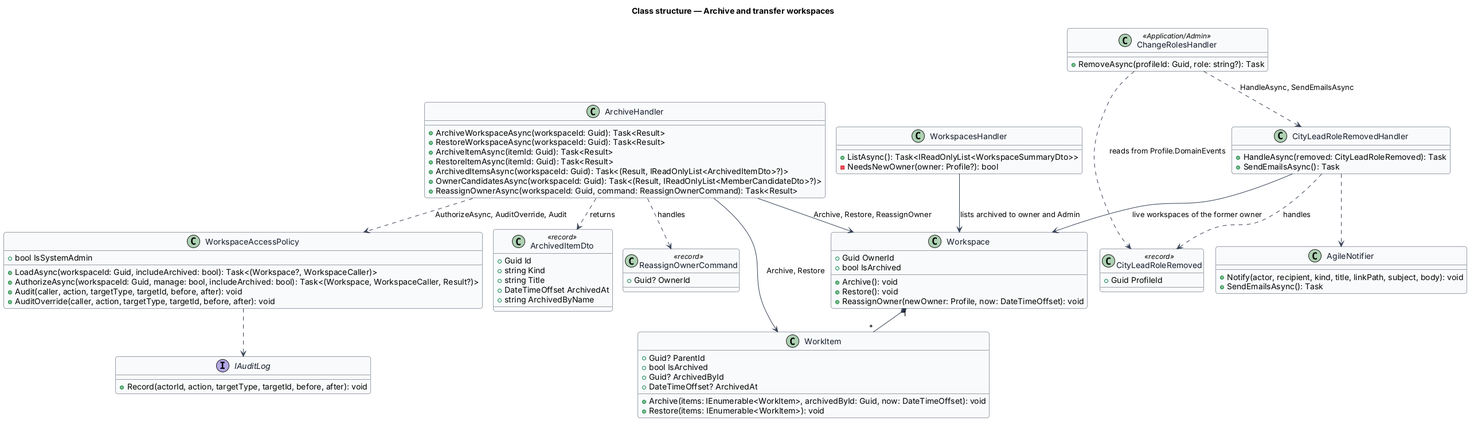
This is docs/detailed-designs/agile/archive-and-transfer-workspaces/diagrams/class-structure.png from QuinntyneBrown/faithtech-community, a PlantUML export, as it was before one commit. Its diagram source:
```plantuml
@startuml
!pragma layout smetana
skinparam backgroundColor #FFFFFF
skinparam shadowing false
skinparam roundcorner 8
skinparam defaultFontName Arial
skinparam ArrowColor #344054
skinparam class {
  BorderColor #344054
  FontColor #101828
  BackgroundColor #F9FAFB
}
title Class structure — Archive and transfer workspaces

class Workspace {
  +Guid OwnerId
  +bool IsArchived
  +Archive(): void
  +Restore(): void
  +ReassignOwner(newOwner: Profile, now: DateTimeOffset): void
}
class WorkItem {
  +Guid? ParentId
  +bool IsArchived
  +Guid? ArchivedById
  +DateTimeOffset? ArchivedAt
  +Archive(items: IEnumerable<WorkItem>, archivedById: Guid, now: DateTimeOffset): void
  +Restore(items: IEnumerable<WorkItem>): void
}
class ArchivedItemDto <<record>> {
  +Guid Id
  +string Kind
  +string Title
  +DateTimeOffset ArchivedAt
  +string ArchivedByName
}
class ReassignOwnerCommand <<record>> {
  +Guid? OwnerId
}
class CityLeadRoleRemoved <<record>> {
  +Guid ProfileId
}
class ArchiveHandler {
  +ArchiveWorkspaceAsync(workspaceId: Guid): Task<Result>
  +RestoreWorkspaceAsync(workspaceId: Guid): Task<Result>
  +ArchiveItemAsync(itemId: Guid): Task<Result>
  +RestoreItemAsync(itemId: Guid): Task<Result>
  +ArchivedItemsAsync(workspaceId: Guid): Task<(Result, IReadOnlyList<ArchivedItemDto>?)>
  +OwnerCandidatesAsync(workspaceId: Guid): Task<(Result, IReadOnlyList<MemberCandidateDto>?)>
  +ReassignOwnerAsync(workspaceId: Guid, command: ReassignOwnerCommand): Task<Result>
}
class WorkspacesHandler {
  +ListAsync(): Task<IReadOnlyList<WorkspaceSummaryDto>>
  -NeedsNewOwner(owner: Profile?): bool
}
class ChangeRolesHandler <<Application/Admin>> {
  +RemoveAsync(profileId: Guid, role: string?): Task
}
class CityLeadRoleRemovedHandler {
  +HandleAsync(removed: CityLeadRoleRemoved): Task
  +SendEmailsAsync(): Task
}
class WorkspaceAccessPolicy {
  +bool IsSystemAdmin
  +LoadAsync(workspaceId: Guid, includeArchived: bool): Task<(Workspace?, WorkspaceCaller)>
  +AuthorizeAsync(workspaceId: Guid, manage: bool, includeArchived: bool): Task<(Workspace, WorkspaceCaller, Result?)>
  +Audit(caller, action, targetType, targetId, before, after): void
  +AuditOverride(caller, action, targetType, targetId, before, after): void
}
class AgileNotifier {
  +Notify(actor, recipient, kind, title, linkPath, subject, body): void
  +SendEmailsAsync(): Task
}
interface IAuditLog {
  +Record(actorId, action, targetType, targetId, before, after): void
}
Workspace "1" *-- "*" WorkItem
ArchiveHandler ..> ReassignOwnerCommand : handles
ArchiveHandler --> Workspace : Archive, Restore, ReassignOwner
ArchiveHandler --> WorkItem : Archive, Restore
ArchiveHandler ..> ArchivedItemDto : returns
ArchiveHandler ..> WorkspaceAccessPolicy : AuthorizeAsync, AuditOverride, Audit
WorkspaceAccessPolicy ..> IAuditLog
WorkspacesHandler --> Workspace : lists archived to owner and Admin
ChangeRolesHandler ..> CityLeadRoleRemoved : reads from Profile.DomainEvents
ChangeRolesHandler ..> CityLeadRoleRemovedHandler : HandleAsync, SendEmailsAsync
CityLeadRoleRemovedHandler ..> CityLeadRoleRemoved : handles
CityLeadRoleRemovedHandler --> Workspace : live workspaces of the former owner
CityLeadRoleRemovedHandler ..> AgileNotifier
@enduml
```
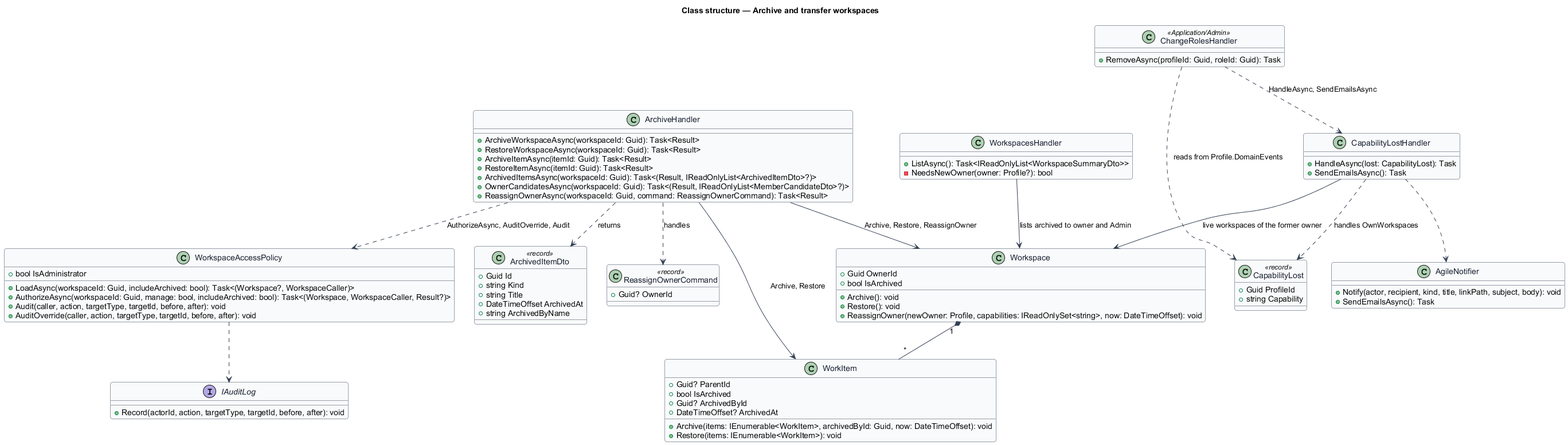
After the change.

What changed in the source:
```diff
@@ -1,5 +1,4 @@
 @startuml
-!pragma layout smetana
 skinparam backgroundColor #FFFFFF
 skinparam shadowing false
 skinparam roundcorner 8
@@ -17,7 +16,7 @@
   +bool IsArchived
   +Archive(): void
   +Restore(): void
-  +ReassignOwner(newOwner: Profile, now: DateTimeOffset): void
+  +ReassignOwner(newOwner: Profile, capabilities: IReadOnlySet<string>, now: DateTimeOffset): void
 }
 class WorkItem {
   +Guid? ParentId
@@ -37,8 +36,9 @@
 class ReassignOwnerCommand <<record>> {
   +Guid? OwnerId
 }
-class CityLeadRoleRemoved <<record>> {
+class CapabilityLost <<record>> {
   +Guid ProfileId
+  +string Capability
 }
 class ArchiveHandler {
   +ArchiveWorkspaceAsync(workspaceId: Guid): Task<Result>
@@ -54,14 +54,14 @@
   -NeedsNewOwner(owner: Profile?): bool
 }
 class ChangeRolesHandler <<Application/Admin>> {
-  +RemoveAsync(profileId: Guid, role: string?): Task
+  +RemoveAsync(profileId: Guid, roleId: Guid): Task
 }
-class CityLeadRoleRemovedHandler {
-  +HandleAsync(removed: CityLeadRoleRemoved): Task
+class CapabilityLostHandler {
+  +HandleAsync(lost: CapabilityLost): Task
   +SendEmailsAsync(): Task
 }
 class WorkspaceAccessPolicy {
-  +bool IsSystemAdmin
+  +bool IsAdministrator
   +LoadAsync(workspaceId: Guid, includeArchived: bool): Task<(Workspace?, WorkspaceCaller)>
   +AuthorizeAsync(workspaceId: Guid, manage: bool, includeArchived: bool): Task<(Workspace, WorkspaceCaller, Result?)>
   +Audit(caller, action, targetType, targetId, before, after): void
@@ -82,9 +82,9 @@
 ArchiveHandler ..> WorkspaceAccessPolicy : AuthorizeAsync, AuditOverride, Audit
 WorkspaceAccessPolicy ..> IAuditLog
 WorkspacesHandler --> Workspace : lists archived to owner and Admin
-ChangeRolesHandler ..> CityLeadRoleRemoved : reads from Profile.DomainEvents
-ChangeRolesHandler ..> CityLeadRoleRemovedHandler : HandleAsync, SendEmailsAsync
-CityLeadRoleRemovedHandler ..> CityLeadRoleRemoved : handles
-CityLeadRoleRemovedHandler --> Workspace : live workspaces of the former owner
-CityLeadRoleRemovedHandler ..> AgileNotifier
+ChangeRolesHandler ..> CapabilityLost : reads from Profile.DomainEvents
+ChangeRolesHandler ..> CapabilityLostHandler : HandleAsync, SendEmailsAsync
+CapabilityLostHandler ..> CapabilityLost : handles OwnWorkspaces
+CapabilityLostHandler --> Workspace : live workspaces of the former owner
+CapabilityLostHandler ..> AgileNotifier
 @enduml
```
